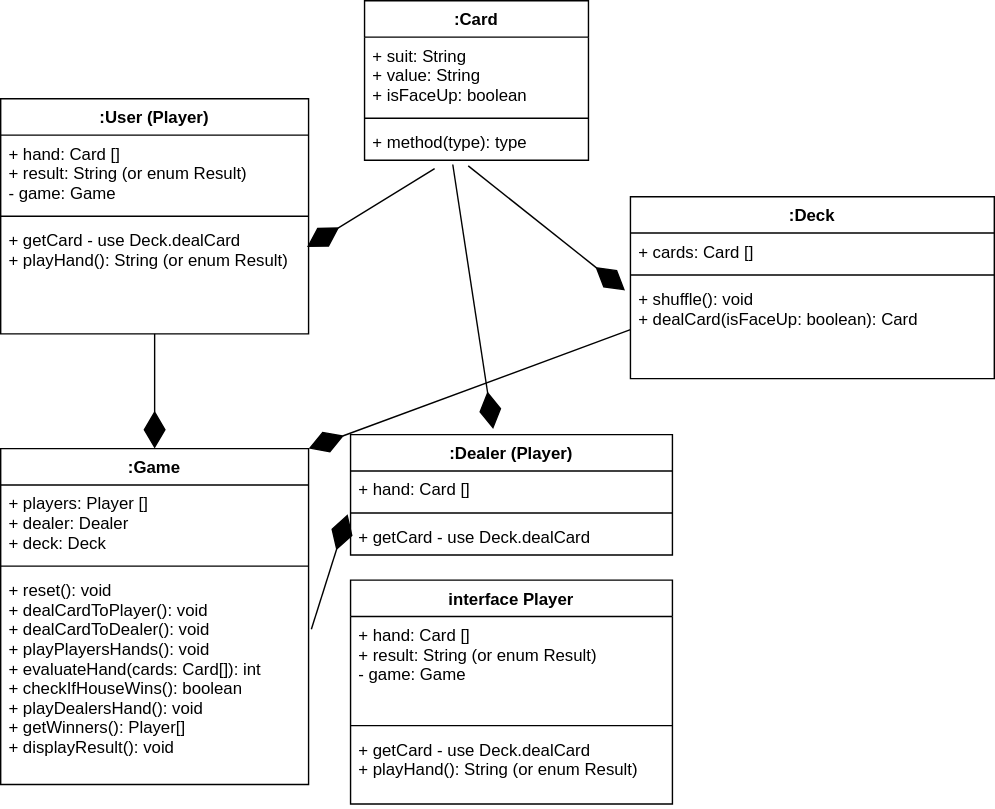
Before: blackjack/class_diagram.svg, a diagram exported from draw.io (danwsc09/uml-design-implementation). Source tidied: cells renumbered, new cells last; positions are measured from the earlier drawing's top-left corner, leaving out a move shared by most shapes.
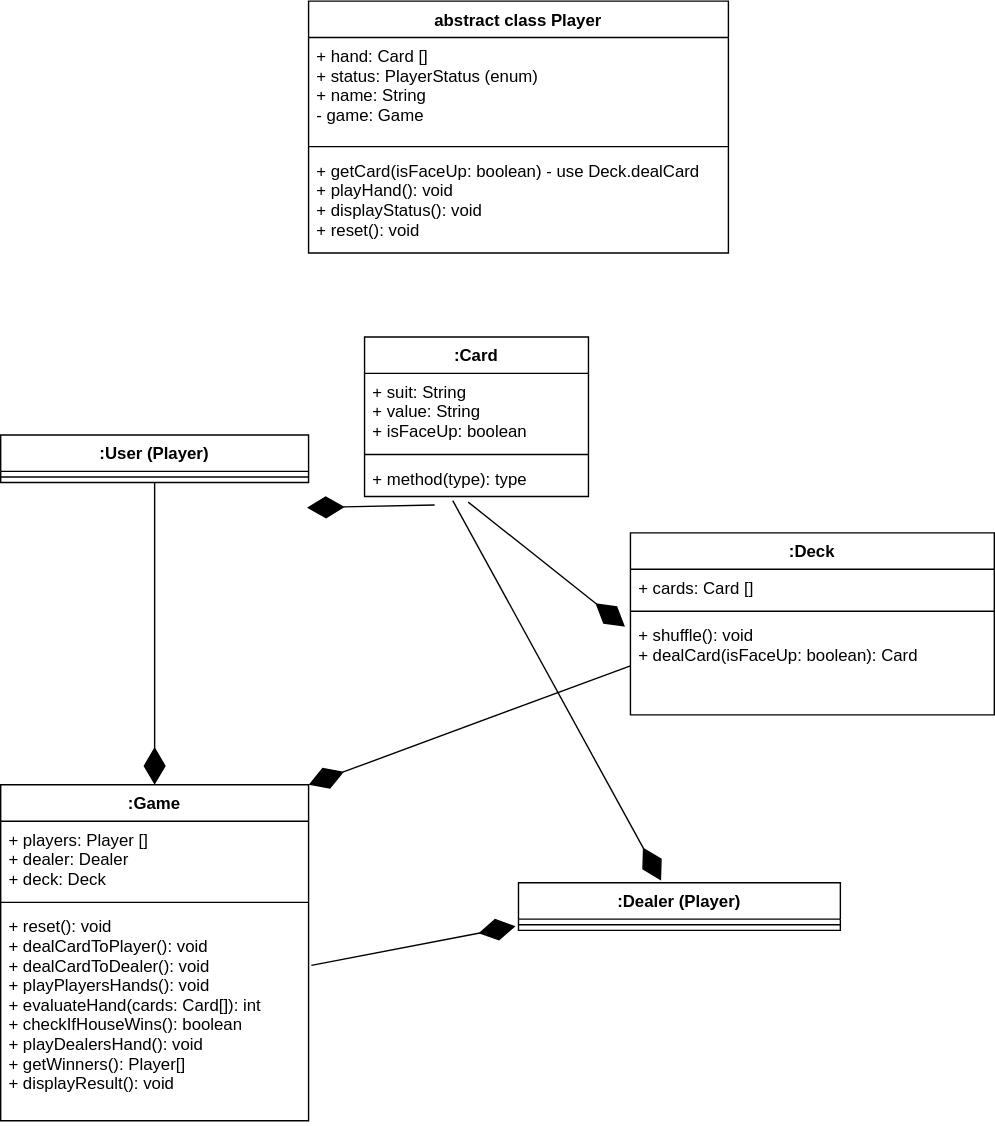
The same diagram one commit later.

Commit message:
add new class diagram with abstract class, and move user logic to User

Diff of the diagram source:
```diff
@@ -3,17 +3,11 @@
     <mxCell id="0" />
     <mxCell id="1" parent="0" />
     <mxCell id="2" value=":User (Player)" style="swimlane;fontStyle=1;align=center;verticalAlign=top;horizontal=1;startSize=26;" parent="1" vertex="1">
-      <mxGeometry y="70" width="220" height="168" as="geometry" />
+      <mxGeometry y="70" width="220" height="34" as="geometry" />
     </mxCell>
-    <mxCell id="3" value="+ hand: Card []&#10;+ result: String (or enum Result)&#10;- game: Game" style="text;strokeColor=none;fillColor=none;align=left;verticalAlign=top;spacingLeft=4;spacingRight=4;overflow=hidden;" parent="2" vertex="1">
-      <mxGeometry y="26" width="220" height="54" as="geometry" />
-    </mxCell>
-    <mxCell id="4" style="line;strokeWidth=1;fillColor=none;align=left;verticalAlign=middle;spacingTop=-1;spacingLeft=3;spacingRight=3;labelPosition=right;" parent="2" vertex="1">
-      <mxGeometry y="80" width="220" height="8" as="geometry" />
-    </mxCell>
-    <mxCell id="5" value="+ getCard - use Deck.dealCard&#10;+ playHand(): String (or enum Result)&#10;" style="text;strokeColor=none;fillColor=none;align=left;verticalAlign=top;spacingLeft=4;spacingRight=4;overflow=hidden;points=[[0,0.5],[1,0.5]];portConstraint=eastwest;" parent="2" vertex="1">
-      <mxGeometry y="88" width="220" height="80" as="geometry" />
-    </mxCell>
+    <mxCell id="32" style="line;strokeWidth=1;fillColor=none;align=left;verticalAlign=middle;spacingTop=-1;spacingLeft=3;spacingRight=3;labelPosition=right;" parent="2" vertex="1">
+      <mxGeometry y="26" width="220" height="8" as="geometry" />
+    </mxCell>
     <mxCell id="6" value=":Card" style="swimlane;fontStyle=1;align=center;verticalAlign=top;horizontal=1;startSize=26;" parent="1" vertex="1">
       <mxGeometry x="260" width="160" height="114" as="geometry" />
     </mxCell>
@@ -44,48 +38,46 @@
     <mxCell id="15" value="+ players: Player []&#10;+ dealer: Dealer&#10;+ deck: Deck&#10;" style="text;strokeColor=none;fillColor=none;align=left;verticalAlign=top;spacingLeft=4;spacingRight=4;overflow=hidden;" parent="14" vertex="1">
       <mxGeometry y="26" width="220" height="54" as="geometry" />
     </mxCell>
-    <mxCell id="16" style="line;strokeWidth=1;fillColor=none;align=left;verticalAlign=middle;spacingTop=-1;spacingLeft=3;spacingRight=3;labelPosition=right;" parent="14" vertex="1">
-      <mxGeometry y="80" width="220" height="8" as="geometry" />
-    </mxCell>
+    <mxCell id="33" style="line;strokeWidth=1;fillColor=none;align=left;verticalAlign=middle;spacingTop=-1;spacingLeft=3;spacingRight=3;labelPosition=right;" parent="14" vertex="1">
+      <mxGeometry y="80" width="220" height="8" as="geometry" />
+    </mxCell>
     <mxCell id="17" value="+ reset(): void&#10;+ dealCardToPlayer(): void&#10;+ dealCardToDealer(): void&#10;+ playPlayersHands(): void&#10;+ evaluateHand(cards: Card[]): int&#10;+ checkIfHouseWins(): boolean&#10;+ playDealersHand(): void&#10;+ getWinners(): Player[]&#10;+ displayResult(): void&#10;" style="text;strokeColor=none;fillColor=none;align=left;verticalAlign=top;spacingLeft=4;spacingRight=4;overflow=hidden;points=[[0,0.5],[1,0.5]];portConstraint=eastwest;" parent="14" vertex="1">
       <mxGeometry y="88" width="220" height="152" as="geometry" />
     </mxCell>
     <mxCell id="18" value=":Dealer (Player)" style="swimlane;fontStyle=1;align=center;verticalAlign=top;horizontal=1;startSize=26;" parent="1" vertex="1">
-      <mxGeometry x="250" y="310" width="230" height="86" as="geometry" />
+      <mxGeometry x="370" y="390" width="230" height="34" as="geometry" />
     </mxCell>
-    <mxCell id="19" value="+ hand: Card []" style="text;strokeColor=none;fillColor=none;align=left;verticalAlign=top;spacingLeft=4;spacingRight=4;overflow=hidden;" parent="18" vertex="1">
-      <mxGeometry y="26" width="230" height="26" as="geometry" />
-    </mxCell>
-    <mxCell id="20" style="line;strokeWidth=1;fillColor=none;align=left;verticalAlign=middle;spacingTop=-1;spacingLeft=3;spacingRight=3;labelPosition=right;" parent="18" vertex="1">
-      <mxGeometry y="52" width="230" height="8" as="geometry" />
-    </mxCell>
-    <mxCell id="21" value="+ getCard - use Deck.dealCard" style="text;strokeColor=none;fillColor=none;align=left;verticalAlign=top;spacingLeft=4;spacingRight=4;overflow=hidden;points=[[0,0.5],[1,0.5]];portConstraint=eastwest;" parent="18" vertex="1">
-      <mxGeometry y="60" width="230" height="26" as="geometry" />
-    </mxCell>
-    <mxCell id="22" value="interface Player" style="swimlane;fontStyle=1;align=center;verticalAlign=top;horizontal=1;startSize=26;" parent="1" vertex="1">
-      <mxGeometry x="250" y="414" width="230" height="160" as="geometry" />
-    </mxCell>
-    <mxCell id="23" value="+ hand: Card []&#10;+ result: String (or enum Result)&#10;- game: Game" style="text;strokeColor=none;fillColor=none;align=left;verticalAlign=top;spacingLeft=4;spacingRight=4;overflow=hidden;" parent="22" vertex="1">
-      <mxGeometry y="26" width="230" height="74" as="geometry" />
-    </mxCell>
-    <mxCell id="24" style="line;strokeWidth=1;fillColor=none;align=left;verticalAlign=middle;spacingTop=-1;spacingLeft=3;spacingRight=3;labelPosition=right;" parent="22" vertex="1">
-      <mxGeometry y="100" width="230" height="8" as="geometry" />
-    </mxCell>
-    <mxCell id="25" value="+ getCard - use Deck.dealCard&#10;+ playHand(): String (or enum Result)&#10;&#10;&#10;" style="text;strokeColor=none;fillColor=none;align=left;verticalAlign=top;spacingLeft=4;spacingRight=4;overflow=hidden;" parent="22" vertex="1">
-      <mxGeometry y="108" width="230" height="52" as="geometry" />
-    </mxCell>
+    <mxCell id="34" style="line;strokeWidth=1;fillColor=none;align=left;verticalAlign=middle;spacingTop=-1;spacingLeft=3;spacingRight=3;labelPosition=right;" parent="18" vertex="1">
+      <mxGeometry y="26" width="230" height="8" as="geometry" />
+    </mxCell>
+    <mxCell id="35" value="abstract class Player" style="swimlane;fontStyle=1;align=center;verticalAlign=top;horizontal=1;startSize=26;" parent="1" vertex="1">
+      <mxGeometry x="220" y="-240" width="300" height="180" as="geometry" />
+    </mxCell>
+    <mxCell id="36" value="+ hand: Card []&#10;+ status: PlayerStatus (enum)&#10;+ name: String&#10;- game: Game" style="text;strokeColor=none;fillColor=none;align=left;verticalAlign=top;spacingLeft=4;spacingRight=4;overflow=hidden;" parent="35" vertex="1">
+      <mxGeometry y="26" width="300" height="74" as="geometry" />
+    </mxCell>
+    <mxCell id="37" style="line;strokeWidth=1;fillColor=none;align=left;verticalAlign=middle;spacingTop=-1;spacingLeft=3;spacingRight=3;labelPosition=right;" parent="35" vertex="1">
+      <mxGeometry y="100" width="300" height="8" as="geometry" />
+    </mxCell>
+    <mxCell id="38" value="+ getCard(isFaceUp: boolean) - use Deck.dealCard&#10;+ playHand(): void&#10;+ displayStatus(): void&#10;+ reset(): void&#10;&#10;" style="text;strokeColor=none;fillColor=none;align=left;verticalAlign=top;spacingLeft=4;spacingRight=4;overflow=hidden;" parent="35" vertex="1">
+      <mxGeometry y="108" width="300" height="72" as="geometry" />
+    </mxCell>
     <mxCell id="26" style="endArrow=diamondThin;endFill=1;endSize=24;html=1;rounded=0;exitX=0.5;exitY=1;exitDx=0;exitDy=0;entryX=0.5;entryY=0;entryDx=0;entryDy=0;" parent="1" edge="1" source="2" target="14">
       <mxGeometry relative="1" as="geometry" />
     </mxCell>
-    <mxCell id="27" style="endArrow=diamondThin;endFill=1;endSize=24;html=1;rounded=0;exitX=1.009;exitY=0.27;exitDx=0;exitDy=0;exitPerimeter=0;entryX=-0.009;entryY=-0.115;entryDx=0;entryDy=0;entryPerimeter=0;" parent="1" edge="1" source="17" target="21">
-      <mxGeometry relative="1" as="geometry" />
-    </mxCell>
+    <mxCell id="39" style="endArrow=diamondThin;endFill=1;endSize=24;html=1;rounded=0;exitX=1.009;exitY=0.27;exitDx=0;exitDy=0;exitPerimeter=0;entryX=-0.009;entryY=-0.115;entryDx=0;entryDy=0;entryPerimeter=0;" parent="1" edge="1" source="17">
+      <mxGeometry relative="1" as="geometry">
+        <mxPoint x="367.9" y="421" as="targetPoint" />
+      </mxGeometry>
+    </mxCell>
     <mxCell id="28" style="endArrow=diamondThin;endFill=1;endSize=24;html=1;rounded=0;exitX=0.463;exitY=1.154;exitDx=0;exitDy=0;entryX=-0.015;entryY=0.1;entryDx=0;entryDy=0;exitPerimeter=0;entryPerimeter=0;" parent="1" edge="1" source="9" target="13">
       <mxGeometry relative="1" as="geometry" />
     </mxCell>
-    <mxCell id="29" style="endArrow=diamondThin;endFill=1;endSize=24;html=1;rounded=0;exitX=0.313;exitY=1.231;exitDx=0;exitDy=0;entryX=0.995;entryY=0.225;entryDx=0;entryDy=0;exitPerimeter=0;entryPerimeter=0;" parent="1" edge="1" source="9" target="5">
-      <mxGeometry relative="1" as="geometry" />
-    </mxCell>
+    <mxCell id="40" style="endArrow=diamondThin;endFill=1;endSize=24;html=1;rounded=0;exitX=0.313;exitY=1.231;exitDx=0;exitDy=0;entryX=0.995;entryY=0.225;entryDx=0;entryDy=0;exitPerimeter=0;entryPerimeter=0;" parent="1" edge="1" source="9">
+      <mxGeometry relative="1" as="geometry">
+        <mxPoint x="218.9" y="122" as="targetPoint" />
+      </mxGeometry>
+    </mxCell>
     <mxCell id="30" style="endArrow=diamondThin;endFill=1;endSize=24;html=1;rounded=0;exitX=0.394;exitY=1.115;exitDx=0;exitDy=0;entryX=0.443;entryY=-0.047;entryDx=0;entryDy=0;exitPerimeter=0;entryPerimeter=0;" parent="1" edge="1" source="9" target="18">
       <mxGeometry relative="1" as="geometry" />
     </mxCell>
```
